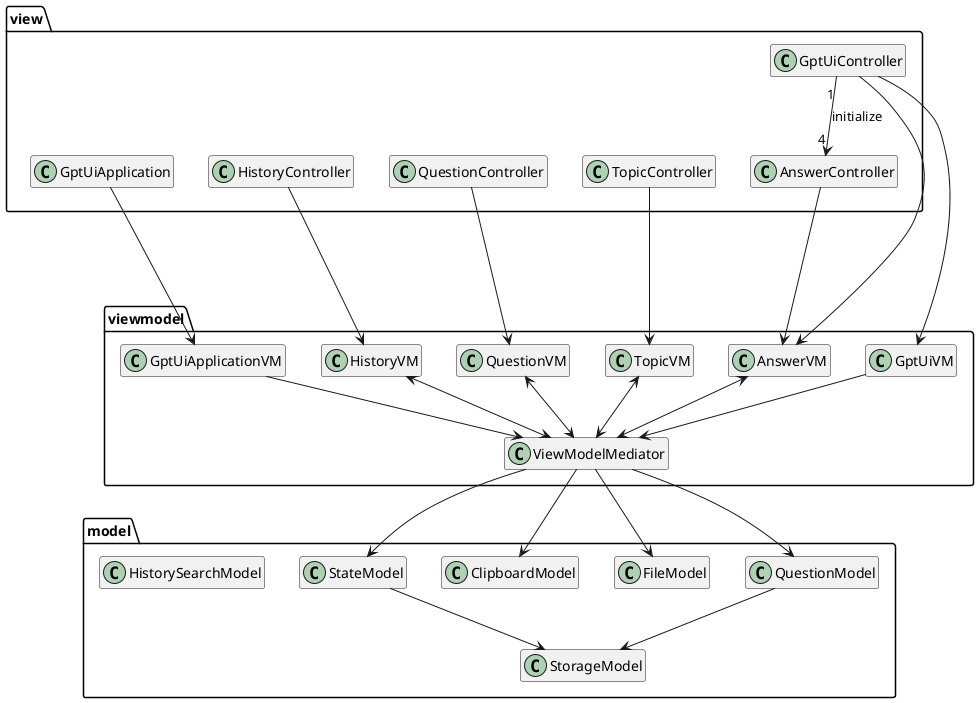
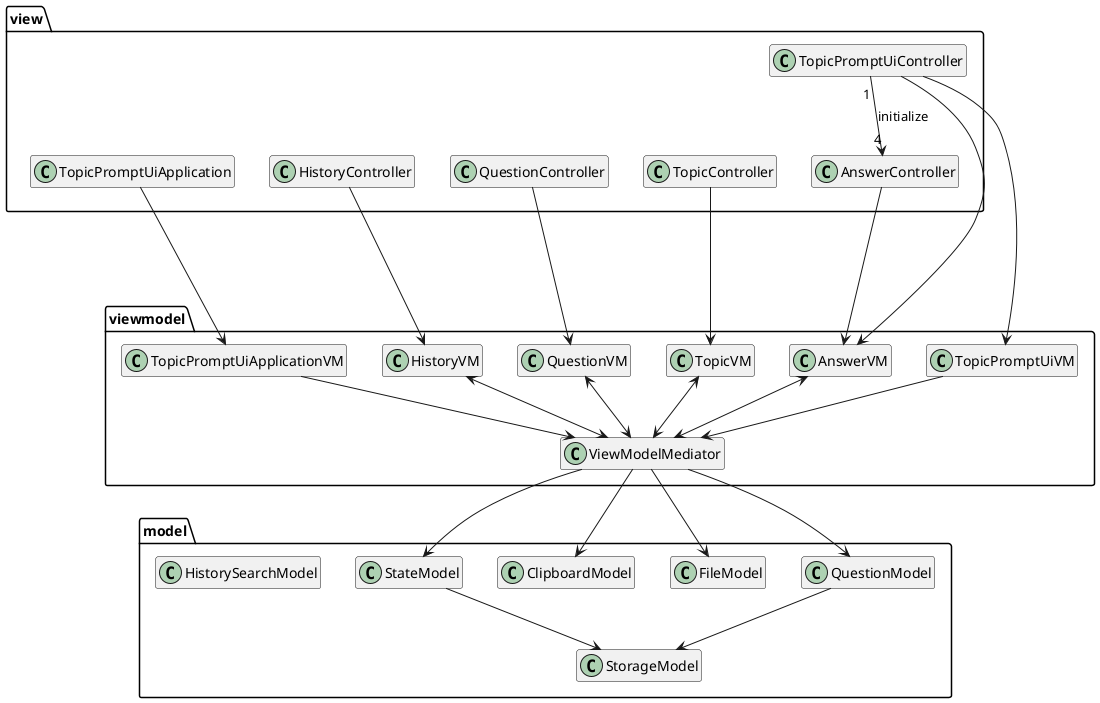
@startuml
hide empty members

package view {
-     class GptUiController
+     class TopicPromptUiController
    together {
-         class GptUiApplication
+         class TopicPromptUiApplication
        class HistoryController
        class QuestionController
        class TopicController
        class AnswerController
    }
}

package viewmodel {
-     class GptUiApplicationVM
+     class TopicPromptUiApplicationVM
    class AnswerVM
-     class GptUiVM
+     class TopicPromptUiVM
    class HistoryVM
    class QuestionVM
    class TopicVM
    class ViewModelMediator
}

package model{
    class StateModel
    class ClipboardModel
    class FileModel
    class QuestionModel
    class StorageModel
    class HistorySearchModel
}

- GptUiApplication --> GptUiApplicationVM
+ TopicPromptUiApplication --> TopicPromptUiApplicationVM

- GptUiApplicationVM --> ViewModelMediator
+ TopicPromptUiApplicationVM --> ViewModelMediator

TopicController ---> TopicVM
QuestionController ---> QuestionVM
HistoryController ---> HistoryVM
AnswerController --> AnswerVM

- GptUiController "1" --> "4" AnswerController: initialize
- GptUiController --> AnswerVM
- GptUiController --> GptUiVM
+ TopicPromptUiController "1" --> "4" AnswerController: initialize
+ TopicPromptUiController --> AnswerVM
+ TopicPromptUiController --> TopicPromptUiVM

TopicVM <--> ViewModelMediator
QuestionVM <--> ViewModelMediator
HistoryVM <--> ViewModelMediator
- GptUiVM --> ViewModelMediator
+ TopicPromptUiVM --> ViewModelMediator
AnswerVM <--> ViewModelMediator

StateModel --> StorageModel
QuestionModel --> StorageModel

ViewModelMediator --> StateModel
ViewModelMediator --> QuestionModel
ViewModelMediator --> ClipboardModel
ViewModelMediator --> FileModel


@enduml